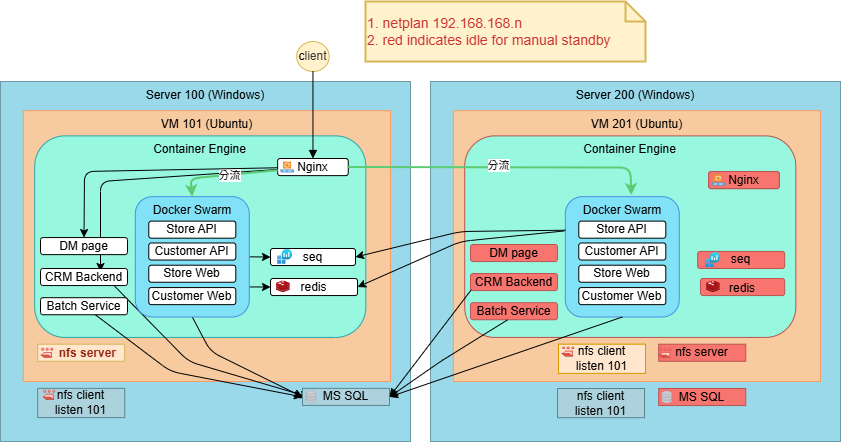
adaruru/adaruru.github.io keeps this draw.io diagram as content/posts/devops/attach/InfraDiagram/ingress.png. Above is the earlier version. Source tidied: cells renumbered, new cells last; positions are measured from the earlier drawing's top-left corner, leaving out a move shared by most shapes.
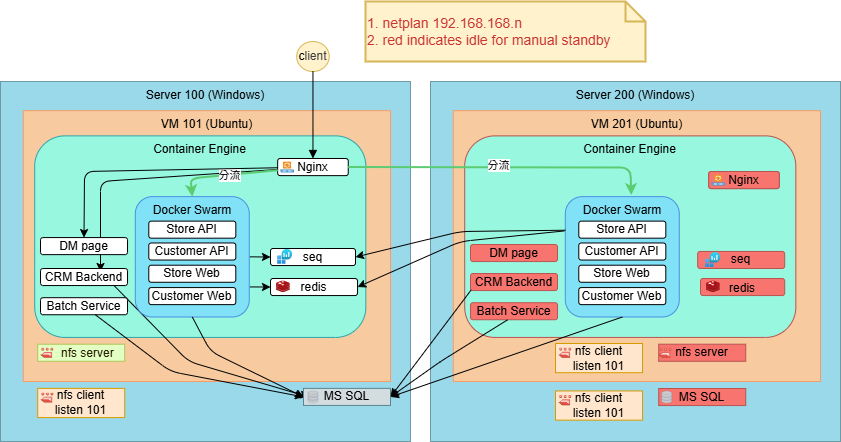
Later version of the same file.

What changed in the source:
```diff
@@ -14,13 +14,6 @@
     <mxCell id="5" value="Container Engine" style="rounded=1;whiteSpace=wrap;html=1;fillColor=#97f7df;strokeColor=#2fa4a9;verticalAlign=top;" parent="3" vertex="1">
       <mxGeometry x="34.2" y="54.4" width="331.1" height="201.5" as="geometry" />
     </mxCell>
-    <mxCell id="6" style="edgeStyle=none;html=1;entryX=0;entryY=0.5;entryDx=0;entryDy=0;" parent="3" edge="1" source="22" target="11">
-      <mxGeometry relative="1" as="geometry">
-        <Array as="points">
-          <mxPoint x="170" y="290" />
-        </Array>
-      </mxGeometry>
-    </mxCell>
     <mxCell id="7" style="edgeStyle=none;html=1;exitX=0.836;exitY=0.834;exitDx=0;exitDy=0;exitPerimeter=0;entryX=0;entryY=0.5;entryDx=0;entryDy=0;" parent="3" edge="1">
       <mxGeometry relative="1" as="geometry">
         <mxPoint x="110.7" y="201.2" as="sourcePoint" />
@@ -30,25 +23,9 @@
         </Array>
       </mxGeometry>
     </mxCell>
-    <mxCell id="8" style="edgeStyle=none;html=1;exitX=0.5;exitY=1;exitDx=0;exitDy=0;entryX=0;entryY=0.5;entryDx=0;entryDy=0;" parent="3" edge="1" source="16" target="11">
-      <mxGeometry relative="1" as="geometry">
-        <Array as="points">
-          <mxPoint x="210" y="270" />
-        </Array>
-      </mxGeometry>
-    </mxCell>
-    <mxCell id="9" value="    nfs server" style="group;fillColor=light-dark(#FFE6CC,#281D00);strokeColor=#d6b656;rounded=0;align=center;verticalAlign=middle;fontFamily=Helvetica;fontSize=12;fontColor=light-dark(#972511, #ededed);gradientColor=none;horizontal=1;fontStyle=1;" parent="3" vertex="1">
+    <mxCell id="9" value="    nfs server" style="group;fillColor=light-dark(#E3FFC4,#281D00);strokeColor=light-dark(#adc653, #6d5100);rounded=0;align=center;verticalAlign=middle;fontFamily=Helvetica;fontSize=12;fontColor=light-dark(#281D00,#EDEDED);gradientColor=none;horizontal=1;fontStyle=0;" parent="3" vertex="1">
       <mxGeometry x="37.2" y="262.7" width="87" height="17" as="geometry" />
     </mxCell>
-    <mxCell id="10" style="group;fillColor=default;" parent="3" vertex="1">
-      <mxGeometry x="302" y="306.9" width="87" height="17" as="geometry" />
-    </mxCell>
-    <mxCell id="11" value="MS SQL" style="rounded=0;whiteSpace=wrap;html=1;align=center;verticalAlign=middle;fontFamily=Helvetica;fontSize=12;strokeColor=light-dark(#5b858f, #ededed);fillColor=light-dark(#acd3dd, #ededed);" parent="10" vertex="1">
-      <mxGeometry width="87" height="17" as="geometry" />
-    </mxCell>
-    <mxCell id="12" style="fontColor=#0066CC;verticalAlign=top;verticalLabelPosition=bottom;labelPosition=center;align=center;html=1;fillColor=#CCCCCC;strokeColor=#6881B3;gradientColor=none;gradientDirection=north;strokeWidth=2;shape=mxgraph.networks.storage;" parent="10" vertex="1">
-      <mxGeometry x="3.3" y="2.4" width="10" height="12.1" as="geometry" />
-    </mxCell>
     <mxCell id="13" style="html=1;" parent="3" edge="1" source="24">
       <mxGeometry relative="1" as="geometry">
         <mxPoint x="100" y="190" as="targetPoint" />
@@ -137,12 +114,35 @@
     <mxCell id="37" style="dashed=0;verticalLabelPosition=bottom;verticalAlign=top;align=center;html=1;shape=mxgraph.aws3.efs_share;fillColor=#E05243;gradientColor=none;" parent="3" vertex="1">
       <mxGeometry x="40" y="266.1" width="13" height="10.2" as="geometry" />
     </mxCell>
-    <mxCell id="38" value="nfs client&lt;div&gt;listen 101&lt;/div&gt;" style="rounded=1;whiteSpace=wrap;html=1;fillColor=light-dark(#acd3dd, #36210a);strokeColor=light-dark(#5b858f, #996500);arcSize=0;" parent="3" vertex="1">
-      <mxGeometry x="37.2" y="306.9" width="87" height="29.2" as="geometry" />
-    </mxCell>
-    <mxCell id="39" style="dashed=0;verticalLabelPosition=bottom;verticalAlign=top;align=center;html=1;shape=mxgraph.aws3.efs_share;fillColor=#E05243;gradientColor=none;" parent="3" vertex="1">
-      <mxGeometry x="42" y="308" width="13" height="10.2" as="geometry" />
-    </mxCell>
+    <mxCell id="76" style="group;" parent="3" vertex="1">
+      <mxGeometry x="37.2" y="306.9" width="87" height="29.2" as="geometry" />
+    </mxCell>
+    <mxCell id="77" value="&lt;font&gt;nfs client&lt;/font&gt;&lt;div&gt;&lt;font&gt;listen 101&lt;/font&gt;&lt;/div&gt;" style="rounded=1;whiteSpace=wrap;html=1;fillColor=#ffe6cc;strokeColor=#d79b00;arcSize=0;align=center;" parent="76" vertex="1">
+      <mxGeometry width="87" height="29.2" as="geometry" />
+    </mxCell>
+    <mxCell id="78" style="dashed=0;verticalLabelPosition=bottom;verticalAlign=top;align=center;html=1;shape=mxgraph.aws3.efs_share;fillColor=#E05243;gradientColor=none;" parent="76" vertex="1">
+      <mxGeometry x="3" y="4" width="13" height="10.2" as="geometry" />
+    </mxCell>
+    <mxCell id="11" value="MS SQL" style="rounded=0;whiteSpace=wrap;html=1;align=center;verticalAlign=middle;fontFamily=Helvetica;fontSize=12;strokeColor=light-dark(#5b858f, #ededed);fillColor=light-dark(#d3dcdf, #ededed);" parent="3" vertex="1">
+      <mxGeometry x="303" y="306.9" width="87" height="17" as="geometry" />
+    </mxCell>
+    <mxCell id="8" style="edgeStyle=none;html=1;exitX=0.5;exitY=1;exitDx=0;exitDy=0;entryX=0;entryY=0.5;entryDx=0;entryDy=0;" parent="3" edge="1" source="16" target="11">
+      <mxGeometry relative="1" as="geometry">
+        <Array as="points">
+          <mxPoint x="210" y="270" />
+        </Array>
+      </mxGeometry>
+    </mxCell>
+    <mxCell id="6" style="edgeStyle=none;html=1;entryX=0;entryY=0.5;entryDx=0;entryDy=0;" parent="3" edge="1" source="22" target="11">
+      <mxGeometry relative="1" as="geometry">
+        <Array as="points">
+          <mxPoint x="170" y="290" />
+        </Array>
+      </mxGeometry>
+    </mxCell>
+    <mxCell id="12" style="fontColor=#0066CC;verticalAlign=top;verticalLabelPosition=bottom;labelPosition=center;align=center;html=1;fillColor=#CCCCCC;strokeColor=#6881B3;gradientColor=none;gradientDirection=north;strokeWidth=2;shape=mxgraph.networks.storage;" parent="3" vertex="1">
+      <mxGeometry x="307.5" y="309.4" width="10" height="12.1" as="geometry" />
+    </mxCell>
     <mxCell id="40" style="endArrow=block;html=1;" parent="1" edge="1" source="2" target="24">
       <mxGeometry relative="1" as="geometry" />
     </mxCell>
@@ -158,15 +158,6 @@
     <mxCell id="44" value="Container Engine" style="rounded=1;whiteSpace=wrap;html=1;fillColor=#97f7df;strokeColor=light-dark(#b95450, #ededed);verticalAlign=top;" parent="1" vertex="1">
       <mxGeometry x="464.2" y="134.4" width="331.1" height="201.5" as="geometry" />
     </mxCell>
-    <mxCell id="45" style="group;fillColor=light-dark(#FFF2CC,#FFF2CC);strokeColor=#d6b656;rounded=0;" parent="1" vertex="1">
-      <mxGeometry x="558" y="342.7" width="87" height="29.2" as="geometry" />
-    </mxCell>
-    <mxCell id="46" value="nfs client&lt;div&gt;listen 101&lt;/div&gt;" style="rounded=1;whiteSpace=wrap;html=1;fillColor=#ffe6cc;strokeColor=#d79b00;arcSize=0;" parent="45" vertex="1">
-      <mxGeometry width="87" height="29.2" as="geometry" />
-    </mxCell>
-    <mxCell id="47" style="dashed=0;verticalLabelPosition=bottom;verticalAlign=top;align=center;html=1;shape=mxgraph.aws3.efs_share;fillColor=#E05243;gradientColor=none;" parent="45" vertex="1">
-      <mxGeometry x="3" y="2" width="13" height="10.2" as="geometry" />
-    </mxCell>
     <mxCell id="48" value="Docker Swarm" style="rounded=1;whiteSpace=wrap;html=1;fillColor=#81e1f7;strokeColor=#4a90e2;verticalAlign=top;" parent="1" vertex="1">
       <mxGeometry x="564.8" y="195.1" width="114" height="120.4" as="geometry" />
     </mxCell>
@@ -264,8 +255,23 @@
     <mxCell id="74" value="DM page" style="rounded=1;whiteSpace=wrap;html=1;strokeColor=light-dark(#b95651, #ededed);align=center;verticalAlign=middle;fontFamily=Helvetica;fontSize=12;fontColor=default;fillColor=light-dark(#f7756e, #ededed);gradientColor=none;" parent="1" vertex="1">
       <mxGeometry x="470" y="243" width="87" height="17" as="geometry" />
     </mxCell>
-    <mxCell id="75" value="nfs client&lt;div&gt;listen 101&lt;/div&gt;" style="rounded=1;whiteSpace=wrap;html=1;fillColor=light-dark(#acd3dd, #36210a);strokeColor=light-dark(#5b858f, #996500);arcSize=0;" parent="1" vertex="1">
-      <mxGeometry x="557" y="387" width="87" height="29.2" as="geometry" />
-    </mxCell>
+    <mxCell id="79" style="group;" parent="1" vertex="1">
+      <mxGeometry x="555" y="389.5" width="87" height="29.2" as="geometry" />
+    </mxCell>
+    <mxCell id="46" value="&lt;font&gt;nfs client&lt;/font&gt;&lt;div&gt;&lt;font&gt;listen 101&lt;/font&gt;&lt;/div&gt;" style="rounded=1;whiteSpace=wrap;html=1;fillColor=#ffe6cc;strokeColor=#d79b00;arcSize=0;align=center;" parent="79" vertex="1">
+      <mxGeometry width="87" height="29.2" as="geometry" />
+    </mxCell>
+    <mxCell id="47" style="dashed=0;verticalLabelPosition=bottom;verticalAlign=top;align=center;html=1;shape=mxgraph.aws3.efs_share;fillColor=#E05243;gradientColor=none;" parent="79" vertex="1">
+      <mxGeometry x="3" y="4" width="13" height="10.2" as="geometry" />
+    </mxCell>
+    <mxCell id="80" style="group;" parent="1" vertex="1">
+      <mxGeometry x="555" y="342" width="87" height="29.2" as="geometry" />
+    </mxCell>
+    <mxCell id="81" value="&lt;font&gt;nfs client&lt;/font&gt;&lt;div&gt;&lt;font&gt;listen 101&lt;/font&gt;&lt;/div&gt;" style="rounded=1;whiteSpace=wrap;html=1;fillColor=#ffe6cc;strokeColor=#d79b00;arcSize=0;align=center;" parent="80" vertex="1">
+      <mxGeometry width="87" height="29.2" as="geometry" />
+    </mxCell>
+    <mxCell id="82" style="dashed=0;verticalLabelPosition=bottom;verticalAlign=top;align=center;html=1;shape=mxgraph.aws3.efs_share;fillColor=#E05243;gradientColor=none;" parent="80" vertex="1">
+      <mxGeometry x="3" y="4" width="13" height="10.2" as="geometry" />
+    </mxCell>
   </root>
 </mxGraphModel>
```
